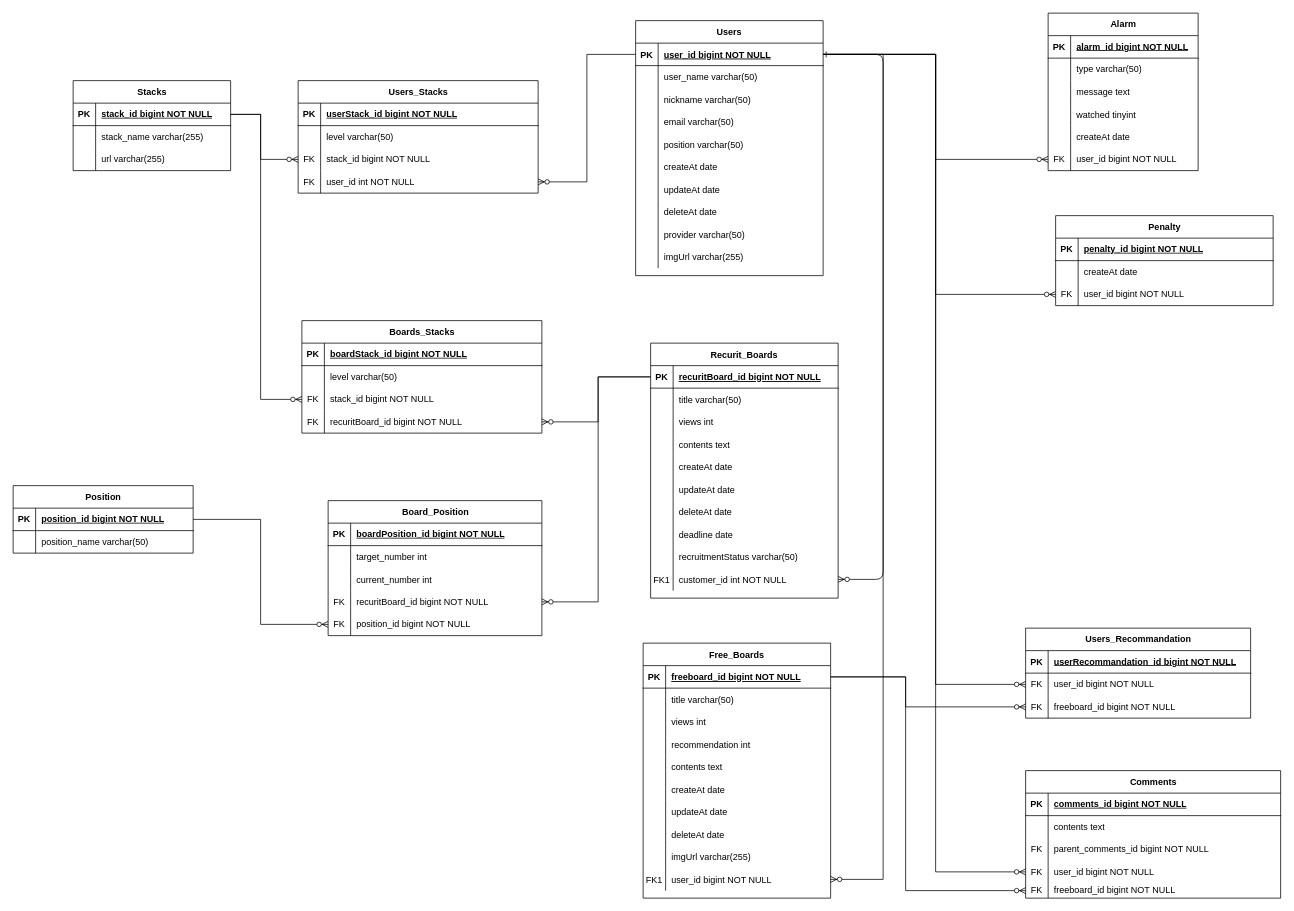
Earlier version of the draw.io diagram server/ERD.drawio (Side-Effect-Team/side-effect-backend). Source tidied: cells renumbered, new cells numbered last; positions are measured from the earlier drawing's top-left corner, leaving out a move shared by most shapes. Both pictures are drawn from the tidied source at 75%, with x=0, y=0 at pixel (13, 13).
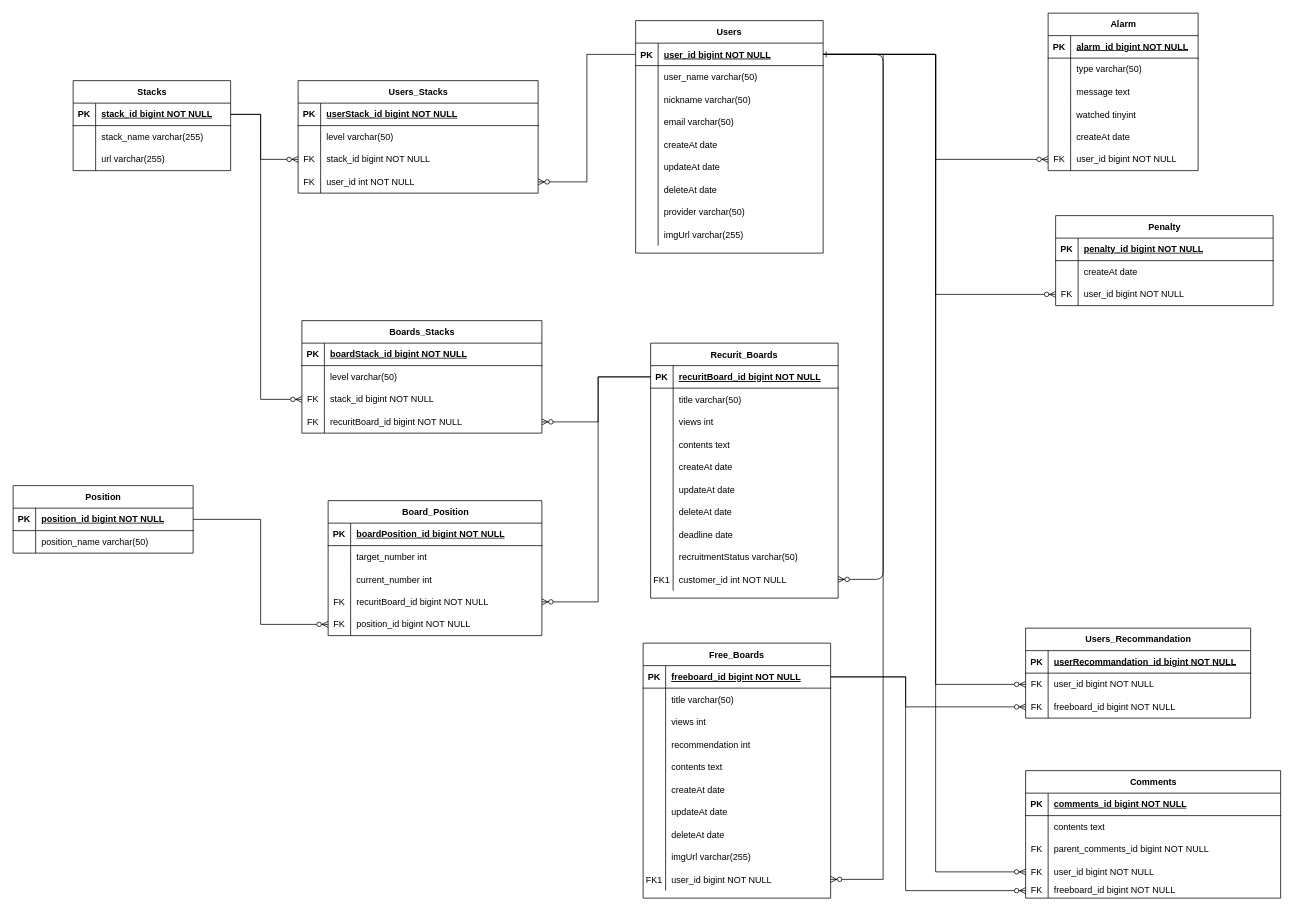
After the change.

What changed in the source:
```diff
@@
     <mxCell id="34" value="Users" style="shape=table;startSize=30;childLayout=tableLayout;rowLines=0;fontStyle=1;align=center;" parent="1" vertex="1">
-      <mxGeometry x="830" y="10" width="250" height="340" as="geometry" />
+      <mxGeometry x="830" y="10" width="250" height="310" as="geometry" />
     </mxCell>
@@
-    <mxCell id="47" style="shape=tableRow;horizontal=0;startSize=0;swimlaneHead=0;swimlaneBody=0;fillColor=none;top=0;left=0;right=0;bottom=0;" parent="34" vertex="1">
-      <mxGeometry y="150" width="250" height="30" as="geometry" />
-    </mxCell>
-    <mxCell id="48" style="shape=partialRectangle;fillColor=none;top=0;left=0;bottom=0;right=0;overflow=hidden;" parent="47" vertex="1">
-      <mxGeometry width="30" height="30" as="geometry" />
-    </mxCell>
-    <mxCell id="49" value="position varchar(50)" style="shape=partialRectangle;fillColor=none;top=0;left=0;bottom=0;right=0;align=left;spacingLeft=6;overflow=hidden;" parent="47" vertex="1">
-      <mxGeometry x="30" width="220" height="30" as="geometry" />
-    </mxCell>
     <mxCell id="50" style="shape=tableRow;horizontal=0;startSize=0;swimlaneHead=0;swimlaneBody=0;fillColor=none;top=0;left=0;right=0;bottom=0;" parent="34" vertex="1">
-      <mxGeometry y="180" width="250" height="30" as="geometry" />
+      <mxGeometry y="150" width="250" height="30" as="geometry" />
     </mxCell>
@@
     <mxCell id="53" style="shape=tableRow;horizontal=0;startSize=0;swimlaneHead=0;swimlaneBody=0;fillColor=none;top=0;left=0;right=0;bottom=0;" parent="34" vertex="1">
-      <mxGeometry y="210" width="250" height="30" as="geometry" />
+      <mxGeometry y="180" width="250" height="30" as="geometry" />
     </mxCell>
@@
     <mxCell id="56" style="shape=tableRow;horizontal=0;startSize=0;swimlaneHead=0;swimlaneBody=0;fillColor=none;top=0;left=0;right=0;bottom=0;" parent="34" vertex="1">
-      <mxGeometry y="240" width="250" height="30" as="geometry" />
+      <mxGeometry y="210" width="250" height="30" as="geometry" />
     </mxCell>
@@
     <mxCell id="59" style="shape=tableRow;horizontal=0;startSize=0;swimlaneHead=0;swimlaneBody=0;fillColor=none;top=0;left=0;right=0;bottom=0;" parent="34" vertex="1">
-      <mxGeometry y="270" width="250" height="30" as="geometry" />
+      <mxGeometry y="240" width="250" height="30" as="geometry" />
     </mxCell>
@@
     <mxCell id="62" style="shape=tableRow;horizontal=0;startSize=0;swimlaneHead=0;swimlaneBody=0;fillColor=none;top=0;left=0;right=0;bottom=0;" parent="34" vertex="1">
-      <mxGeometry y="300" width="250" height="30" as="geometry" />
+      <mxGeometry y="270" width="250" height="30" as="geometry" />
     </mxCell>
```
